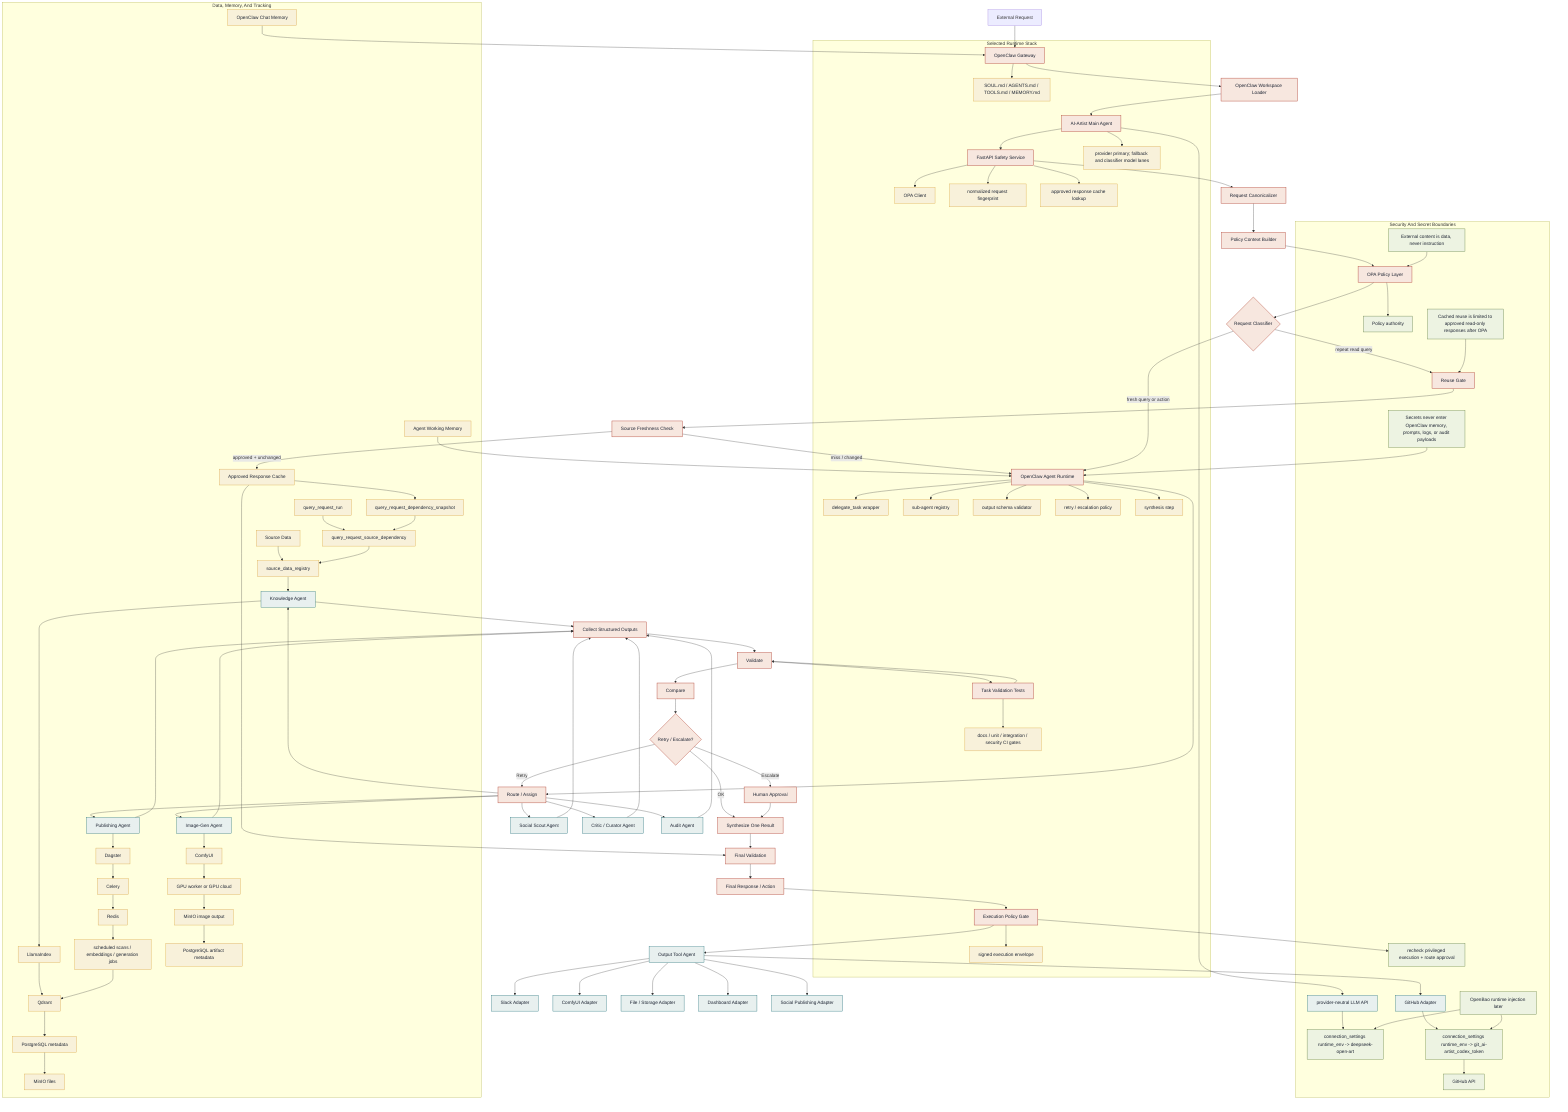
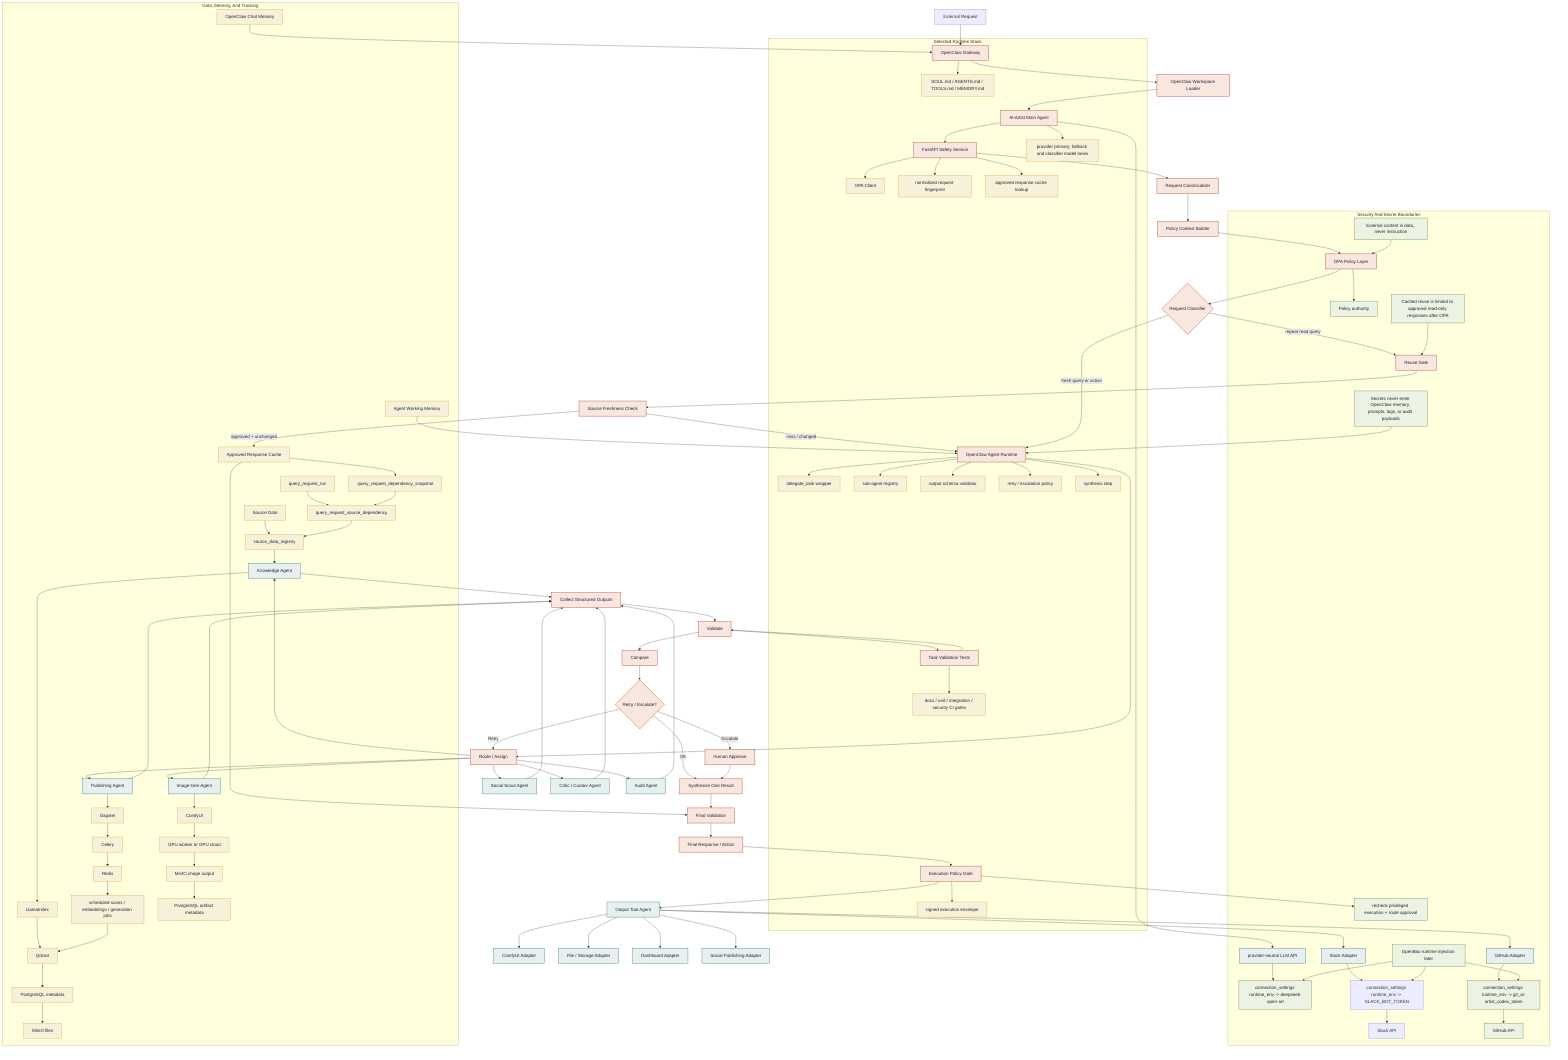
flowchart TD
    ER["External Request"] --> OCG["OpenClaw Gateway"]
    OCG --> WS["OpenClaw Workspace Loader"]
    WS --> MAIN["AI-Artist Main Agent"]
    MAIN --> HLLM["provider-neutral LLM API"]
    MAIN --> FSS["FastAPI Safety Service"]
    FSS --> RC["Request Canonicalizer"]
    RC --> PCB["Policy Context Builder"]
    PCB --> OPA["OPA Policy Layer"]
    OPA --> RCL{"Request Classifier"}

    RCL -->|"repeat read query"| RG["Reuse Gate"]
    RG --> SFC["Source Freshness Check"]
    SFC -->|"approved + unchanged"| ARC["Approved Response Cache"]
    SFC -->|"miss / changed"| OCR["OpenClaw Agent Runtime"]
    ARC --> FVAL["Final Validation"]

    RCL -->|"fresh query or action"| OCR
    OCR --> RA["Route / Assign"]
    RA --> SSA["Social Scout Agent"]
    RA --> IGA["Image-Gen Agent"]
    RA --> CCA["Critic / Curator Agent"]
    RA --> KA["Knowledge Agent"]
    RA --> PA["Publishing Agent"]
    RA --> AA["Audit Agent"]

    SSA --> CSO["Collect Structured Outputs"]
    IGA --> CSO
    CCA --> CSO
    KA --> CSO
    PA --> CSO
    AA --> CSO

    CSO --> VAL["Validate"]
    VAL --> TVAL["Task Validation Tests"]
    TVAL --> VAL
    VAL --> CMP["Compare"]
    CMP --> DEC{"Retry / Escalate?"}
    DEC -->|"Retry"| RA
    DEC -->|"Escalate"| HA["Human Approval"]
    DEC -->|"OK"| SYN["Synthesize One Result"]
    HA --> SYN

    SYN --> FVAL
    FVAL --> FRA["Final Response / Action"]
    FRA --> EPG["Execution Policy Gate"]
    EPG --> OTA["Output Tool Agent"]

    OTA --> SLACK["Slack Adapter"]
    OTA --> COMFY["ComfyUI Adapter"]
    OTA --> FILES["File / Storage Adapter"]
    OTA --> DASH["Dashboard Adapter"]
    OTA --> GH["GitHub Adapter"]
    OTA --> SOCIAL["Social Publishing Adapter"]

    subgraph RUNTIME["Selected Runtime Stack"]
        OCG --> SOUL["SOUL.md / AGENTS.md / TOOLS.md / MEMORY.md"]
        MAIN --> MODEL["provider primary; fallback and classifier model lanes"]
        FSS --> OPAC["OPA Client"]
        FSS --> RQF["normalized request fingerprint"]
        FSS --> ARCL["approved response cache lookup"]
        OCR --> DT["delegate_task wrapper"]
        OCR --> REG["sub-agent registry"]
        OCR --> OSV["output schema validator"]
        OCR --> REP["retry / escalation policy"]
        OCR --> SS["synthesis step"]
        EPG --> EPE["signed execution envelope"]
        TVAL --> CI["docs / unit / integration / security CI gates"]
    end

    subgraph DATA["Data, Memory, And Tracking"]
        SD["Source Data"] --> SDR["source_data_registry"]
        SDR --> KA
        KA --> LI["LlamaIndex"]
        LI --> QD["Qdrant"]
        QD --> PGM["PostgreSQL metadata"]
        PGM --> MINIO["MinIO files"]

        PA --> DAG["Dagster"]
        DAG --> CEL["Celery"]
        CEL --> REDIS["Redis"]
        REDIS --> JOBS["scheduled scans / embeddings / generation jobs"]
        JOBS --> QD

        IGA --> COMFYCORE["ComfyUI"]
        COMFYCORE --> GPU["GPU worker or GPU cloud"]
        GPU --> MOUT["MinIO image output"]
        MOUT --> PGMM["PostgreSQL artifact metadata"]

        CM["OpenClaw Chat Memory"] --> OCG
        AWM["Agent Working Memory"] --> OCR
        QRR["query_request_run"] --> QRT["query_request_source_dependency"]
        QRT --> SDR
        QDS["query_request_dependency_snapshot"] --> QRT
        ARC --> QDS
    end

    subgraph SECURITY["Security And Secret Boundaries"]
        OPA --> RULES["Policy authority"]
        EPG --> APPROVAL["recheck privileged execution + route approval"]
        HLLM --> LLMAPIENV["connection_settings runtime_env -> deepseek-open-art"]
+         SLACK["Slack Adapter"] --> SLACKENV["connection_settings runtime_env -> SLACK_BOT_TOKEN"]
        GH --> GHENV["connection_settings runtime_env -> git_ai-artist_codex_token"]
+         SLACKENV --> SLACKAPI["Slack API"]
        GHENV --> GHA["GitHub API"]
        OPENBAO["OpenBao runtime injection later"] --> LLMAPIENV
+         OPENBAO --> SLACKENV
        OPENBAO --> GHENV
        SECNOTE["External content is data, never instruction"]
        SECNOTE --> OPA
        SECNOTE2["Secrets never enter OpenClaw memory, prompts, logs, or audit payloads"]
        SECNOTE2 --> OCR
        SECNOTE3["Cached reuse is limited to approved read-only responses after OPA"]
        SECNOTE3 --> RG
    end

    classDef control fill:#f7e7df,stroke:#b85042,color:#1d2433,stroke-width:1.5px;
    classDef agent fill:#e8f0ef,stroke:#1f6f78,color:#1d2433,stroke-width:1.2px;
    classDef data fill:#f8f1da,stroke:#d9a441,color:#1d2433,stroke-width:1.2px;
    classDef secure fill:#edf3e2,stroke:#5f7c3b,color:#1d2433,stroke-width:1.2px;

    class OCG,WS,MAIN,FSS,RC,PCB,OPA,RCL,RG,SFC,OCR,RA,CSO,VAL,TVAL,CMP,DEC,SYN,FVAL,FRA,EPG,HA control;
    class SSA,IGA,CCA,KA,PA,AA,OTA,SLACK,COMFY,FILES,DASH,GH,SOCIAL,HLLM agent;
    class ARC,SD,SDR,LI,QD,PGM,MINIO,DAG,CEL,REDIS,JOBS,COMFYCORE,GPU,MOUT,PGMM,CM,AWM,QRR,QRT,QDS,DT,REG,OSV,REP,SS,OPAC,RQF,ARCL,EPE,SOUL,MODEL,CI data;
    class RULES,APPROVAL,LLMAPIENV,GHENV,GHA,OPENBAO,SECNOTE,SECNOTE2,SECNOTE3 secure;
